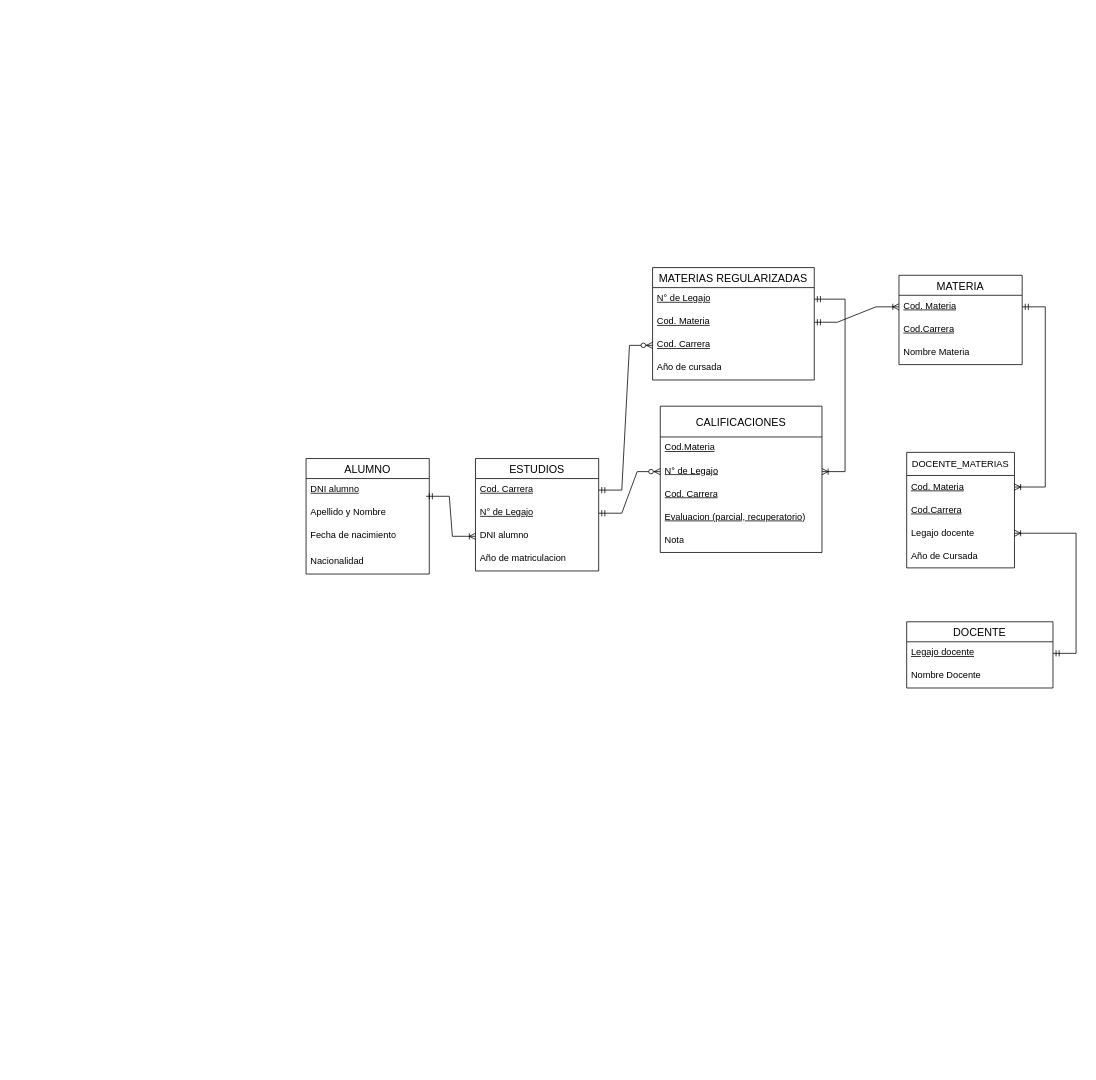
BraVida-vip/House_git keeps this draw.io diagram as page "DER" (3 of 3) of Parcial.drawio. Above is the earlier version. Source tidied: cells renumbered, new cells numbered last; positions are measured from the earlier drawing's top-left corner, leaving out a move shared by most shapes. Both pictures are drawn from the tidied source at 77%, with x=0, y=0 at pixel (306, 267).
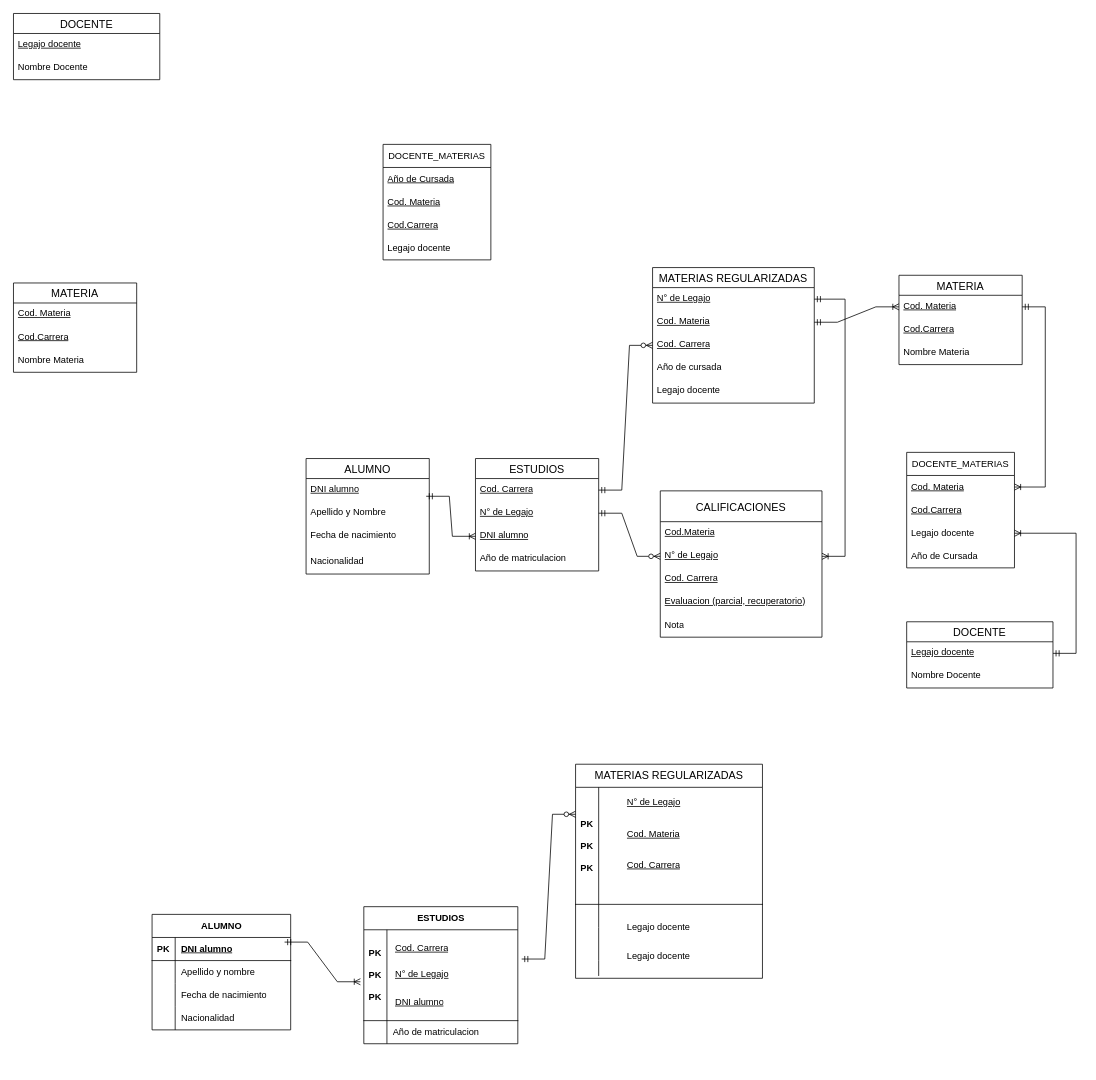
The same diagram, later.

The change refers to these unchanged cells:
```xml
<mxCell id="10" value="ESTUDIOS" style="swimlane;fontStyle=0;horizontal=1;startSize=26;align=center;fontSize=14;" parent="1" vertex="1">
  <mxGeometry x="220" y="248" width="160" height="146" as="geometry" />
</mxCell>
```

What changed in the source:
```diff
@@
-    <mxCell id="13" value="DNI alumno" style="text;strokeColor=none;fillColor=none;spacingLeft=4;spacingRight=4;overflow=hidden;points=[[0,0.5],[1,0.5]];portConstraint=eastwest;fontSize=12;whiteSpace=wrap;html=1;" parent="10" vertex="1">
+    <mxCell id="13" value="&lt;u&gt;DNI alumno&lt;/u&gt;" style="text;strokeColor=none;fillColor=none;spacingLeft=4;spacingRight=4;overflow=hidden;points=[[0,0.5],[1,0.5]];portConstraint=eastwest;fontSize=12;whiteSpace=wrap;html=1;" parent="10" vertex="1">
       <mxGeometry y="86" width="160" height="30" as="geometry" />
     </mxCell>
@@
     <mxCell id="19" value="MATERIAS REGULARIZADAS" style="swimlane;fontStyle=0;horizontal=1;startSize=26;align=center;fontSize=14;" parent="1" vertex="1">
-      <mxGeometry x="450" width="210" height="146" as="geometry" />
+      <mxGeometry x="450" width="210" height="176" as="geometry" />
     </mxCell>
@@
+    <mxCell id="42" value="Legajo docente" style="text;strokeColor=none;fillColor=none;spacingLeft=4;spacingRight=4;overflow=hidden;fontSize=12;whiteSpace=wrap;html=1;" parent="19" vertex="1">
+      <mxGeometry y="146" width="210" height="30" as="geometry" />
+    </mxCell>
     <mxCell id="24" value="CALIFICACIONES" style="swimlane;fontStyle=0;horizontal=1;startSize=40;align=center;fontSize=14;" parent="1" vertex="1">
-      <mxGeometry x="460" y="180" width="210" height="190" as="geometry" />
+      <mxGeometry x="460" y="290" width="210" height="190" as="geometry" />
     </mxCell>
@@
+    <mxCell id="43" value="DOCENTE" style="swimlane;fontStyle=0;horizontal=1;startSize=26;align=center;fontSize=14;" parent="1" vertex="1">
+      <mxGeometry x="-380" y="-330" width="190" height="86" as="geometry" />
+    </mxCell>
+    <mxCell id="44" value="&lt;u&gt;Legajo docente&lt;/u&gt;" style="text;strokeColor=none;fillColor=none;spacingLeft=4;spacingRight=4;overflow=hidden;fontSize=12;whiteSpace=wrap;html=1;" parent="43" vertex="1">
+      <mxGeometry y="26" width="190" height="30" as="geometry" />
+    </mxCell>
+    <mxCell id="45" value="Nombre Docente" style="text;strokeColor=none;fillColor=none;spacingLeft=4;spacingRight=4;overflow=hidden;fontSize=12;whiteSpace=wrap;html=1;" parent="43" vertex="1">
+      <mxGeometry y="56" width="190" height="30" as="geometry" />
+    </mxCell>
+    <mxCell id="46" value="MATERIA" style="swimlane;fontStyle=0;horizontal=1;startSize=26;align=center;fontSize=14;" parent="1" vertex="1">
+      <mxGeometry x="-380" y="20" width="160" height="116" as="geometry" />
+    </mxCell>
+    <mxCell id="47" value="Cod. Materia" style="text;strokeColor=none;fillColor=none;spacingLeft=4;spacingRight=4;overflow=hidden;fontSize=12;whiteSpace=wrap;html=1;fontStyle=4;" parent="46" vertex="1">
+      <mxGeometry y="26" width="160" height="30" as="geometry" />
+    </mxCell>
+    <mxCell id="48" value="&lt;u&gt;Cod.Carrera&lt;/u&gt;" style="text;strokeColor=none;fillColor=none;spacingLeft=4;spacingRight=4;overflow=hidden;fontSize=12;whiteSpace=wrap;html=1;" parent="46" vertex="1">
+      <mxGeometry y="56" width="160" height="30" as="geometry" />
+    </mxCell>
+    <mxCell id="49" value="Nombre Materia" style="text;strokeColor=none;fillColor=none;spacingLeft=4;spacingRight=4;overflow=hidden;fontSize=12;whiteSpace=wrap;html=1;" parent="46" vertex="1">
+      <mxGeometry y="86" width="160" height="30" as="geometry" />
+    </mxCell>
+    <mxCell id="50" value="DOCENTE_MATERIAS" style="swimlane;fontStyle=0;horizontal=1;startSize=30;whiteSpace=wrap;html=1;" parent="1" vertex="1">
+      <mxGeometry x="100" y="-160" width="140" height="150" as="geometry" />
+    </mxCell>
+    <mxCell id="51" value="&lt;u&gt;Año de Cursada&lt;/u&gt;" style="text;strokeColor=none;fillColor=none;align=left;verticalAlign=middle;spacingLeft=4;spacingRight=4;overflow=hidden;whiteSpace=wrap;html=1;" parent="50" vertex="1">
+      <mxGeometry y="30" width="140" height="30" as="geometry" />
+    </mxCell>
+    <mxCell id="52" value="&lt;span style=&quot;text-decoration-line: underline;&quot;&gt;Cod. Materia&lt;/span&gt;" style="text;strokeColor=none;fillColor=none;align=left;verticalAlign=middle;spacingLeft=4;spacingRight=4;overflow=hidden;whiteSpace=wrap;html=1;" parent="50" vertex="1">
+      <mxGeometry y="60" width="140" height="30" as="geometry" />
+    </mxCell>
+    <mxCell id="53" value="&lt;u&gt;Cod.Carrera&lt;/u&gt;" style="text;strokeColor=none;fillColor=none;align=left;verticalAlign=middle;spacingLeft=4;spacingRight=4;overflow=hidden;whiteSpace=wrap;html=1;" parent="50" vertex="1">
+      <mxGeometry y="90" width="140" height="30" as="geometry" />
+    </mxCell>
+    <mxCell id="54" value="Legajo docente" style="text;strokeColor=none;fillColor=none;align=left;verticalAlign=middle;spacingLeft=4;spacingRight=4;overflow=hidden;whiteSpace=wrap;html=1;" parent="50" vertex="1">
+      <mxGeometry y="120" width="140" height="30" as="geometry" />
+    </mxCell>
+    <mxCell id="55" value="ALUMNO" style="shape=table;startSize=30;childLayout=tableLayout;rowLines=0;fontStyle=1;align=center;html=1;" parent="1" vertex="1">
+      <mxGeometry x="-200" y="840" width="180" height="150" as="geometry" />
+    </mxCell>
+    <mxCell id="56" style="shape=tableRow;horizontal=0;startSize=0;swimlaneHead=0;swimlaneBody=0;fillColor=none;points=[[0,0.5],[1,0.5]];portConstraint=eastwest;top=0;left=0;right=0;bottom=1;" parent="55" vertex="1">
+      <mxGeometry y="30" width="180" height="30" as="geometry" />
+    </mxCell>
+    <mxCell id="57" value="PK" style="shape=partialRectangle;fillColor=none;top=0;left=0;bottom=0;right=0;fontStyle=1;overflow=hidden;whiteSpace=wrap;html=1;" parent="56" vertex="1">
+      <mxGeometry width="30" height="30" as="geometry" />
+    </mxCell>
+    <mxCell id="58" value="DNI alumno" style="shape=partialRectangle;fillColor=none;top=0;left=0;bottom=0;right=0;align=left;spacingLeft=6;fontStyle=5;overflow=hidden;whiteSpace=wrap;html=1;" parent="56" vertex="1">
+      <mxGeometry x="30" width="150" height="30" as="geometry" />
+    </mxCell>
+    <mxCell id="59" style="shape=tableRow;horizontal=0;startSize=0;swimlaneHead=0;swimlaneBody=0;fillColor=none;top=0;left=0;right=0;bottom=0;" parent="55" vertex="1">
+      <mxGeometry y="60" width="180" height="30" as="geometry" />
+    </mxCell>
+    <mxCell id="60" style="shape=partialRectangle;fillColor=none;top=0;left=0;bottom=0;right=0;overflow=hidden;whiteSpace=wrap;html=1;" parent="59" vertex="1">
+      <mxGeometry width="30" height="30" as="geometry" />
+    </mxCell>
+    <mxCell id="61" value="Apellido y nombre" style="shape=partialRectangle;fillColor=none;top=0;left=0;bottom=0;right=0;align=left;spacingLeft=6;overflow=hidden;whiteSpace=wrap;html=1;" parent="59" vertex="1">
+      <mxGeometry x="30" width="150" height="30" as="geometry" />
+    </mxCell>
+    <mxCell id="62" style="shape=tableRow;horizontal=0;startSize=0;swimlaneHead=0;swimlaneBody=0;fillColor=none;top=0;left=0;right=0;bottom=0;" parent="55" vertex="1">
+      <mxGeometry y="90" width="180" height="30" as="geometry" />
+    </mxCell>
+    <mxCell id="63" style="shape=partialRectangle;fillColor=none;top=0;left=0;bottom=0;right=0;overflow=hidden;whiteSpace=wrap;html=1;" parent="62" vertex="1">
+      <mxGeometry width="30" height="30" as="geometry" />
+    </mxCell>
+    <mxCell id="64" value="Fecha de nacimiento" style="shape=partialRectangle;fillColor=none;top=0;left=0;bottom=0;right=0;align=left;spacingLeft=6;overflow=hidden;whiteSpace=wrap;html=1;" parent="62" vertex="1">
+      <mxGeometry x="30" width="150" height="30" as="geometry" />
+    </mxCell>
+    <mxCell id="65" style="shape=tableRow;horizontal=0;startSize=0;swimlaneHead=0;swimlaneBody=0;fillColor=none;top=0;left=0;right=0;bottom=0;" parent="55" vertex="1">
+      <mxGeometry y="120" width="180" height="30" as="geometry" />
+    </mxCell>
+    <mxCell id="66" style="shape=partialRectangle;fillColor=none;top=0;left=0;bottom=0;right=0;overflow=hidden;whiteSpace=wrap;html=1;" parent="65" vertex="1">
+      <mxGeometry width="30" height="30" as="geometry" />
+    </mxCell>
+    <mxCell id="67" value="Nacionalidad" style="shape=partialRectangle;fillColor=none;top=0;left=0;bottom=0;right=0;align=left;spacingLeft=6;overflow=hidden;whiteSpace=wrap;html=1;" parent="65" vertex="1">
+      <mxGeometry x="30" width="150" height="30" as="geometry" />
+    </mxCell>
+    <mxCell id="68" style="group;" parent="1" vertex="1">
+      <mxGeometry x="75" y="830" width="230" height="208" as="geometry" />
+    </mxCell>
+    <mxCell id="69" style="group;" parent="68" vertex="1">
+      <mxGeometry width="200" height="178" as="geometry" />
+    </mxCell>
+    <mxCell id="70" value="ESTUDIOS" style="shape=table;startSize=30;childLayout=tableLayout;rowLines=0;fontStyle=1;align=center;html=1;" parent="69" vertex="1">
+      <mxGeometry width="200" height="178" as="geometry" />
+    </mxCell>
+    <mxCell id="71" style="shape=tableRow;horizontal=0;startSize=0;swimlaneHead=0;swimlaneBody=0;fillColor=none;points=[[0,0.5],[1,0.5]];portConstraint=eastwest;top=0;left=0;right=0;bottom=1;" parent="70" vertex="1">
+      <mxGeometry y="30" width="200" height="118" as="geometry" />
+    </mxCell>
+    <mxCell id="72" value="PK&lt;div&gt;&lt;br&gt;&lt;/div&gt;&lt;div&gt;PK&lt;br&gt;&lt;br&gt;PK&lt;/div&gt;" style="shape=partialRectangle;fillColor=none;top=0;left=0;bottom=0;right=0;fontStyle=1;overflow=hidden;whiteSpace=wrap;html=1;" parent="71" vertex="1">
+      <mxGeometry width="30" height="118" as="geometry" />
+    </mxCell>
+    <mxCell id="73" style="shape=partialRectangle;fillColor=none;top=0;left=0;bottom=0;right=0;align=left;spacingLeft=6;fontStyle=5;overflow=hidden;whiteSpace=wrap;html=1;" parent="71" vertex="1">
+      <mxGeometry x="30" width="170" height="118" as="geometry" />
+    </mxCell>
+    <mxCell id="74" style="shape=tableRow;horizontal=0;startSize=0;swimlaneHead=0;swimlaneBody=0;fillColor=none;top=0;left=0;right=0;bottom=0;" parent="70" vertex="1">
+      <mxGeometry y="148" width="200" height="30" as="geometry" />
+    </mxCell>
+    <mxCell id="75" style="shape=partialRectangle;fillColor=none;top=0;left=0;bottom=0;right=0;overflow=hidden;whiteSpace=wrap;html=1;" parent="74" vertex="1">
+      <mxGeometry width="30" height="30" as="geometry" />
+    </mxCell>
+    <mxCell id="76" value="Año de matriculacion" style="shape=partialRectangle;fillColor=none;top=0;left=0;bottom=0;right=0;align=left;spacingLeft=6;overflow=hidden;whiteSpace=wrap;html=1;" parent="74" vertex="1">
+      <mxGeometry x="30" width="170" height="30" as="geometry" />
+    </mxCell>
+    <mxCell id="77" value="Cod. Carrera" style="text;strokeColor=none;fillColor=none;spacingLeft=4;spacingRight=4;overflow=hidden;fontSize=12;whiteSpace=wrap;html=1;fontStyle=4;" parent="69" vertex="1">
+      <mxGeometry x="35" y="40" width="160" height="30" as="geometry" />
+    </mxCell>
+    <mxCell id="78" value="&lt;u&gt;N° de Legajo&lt;/u&gt;" style="text;strokeColor=none;fillColor=none;spacingLeft=4;spacingRight=4;overflow=hidden;fontSize=12;whiteSpace=wrap;html=1;" parent="69" vertex="1">
+      <mxGeometry x="35" y="74" width="160" height="30" as="geometry" />
+    </mxCell>
+    <mxCell id="79" value="&lt;u&gt;DNI alumno&lt;/u&gt;" style="text;strokeColor=none;fillColor=none;spacingLeft=4;spacingRight=4;overflow=hidden;fontSize=12;whiteSpace=wrap;html=1;" parent="69" vertex="1">
+      <mxGeometry x="35" y="110" width="160" height="30" as="geometry" />
+    </mxCell>
+    <mxCell id="80" style="edgeStyle=entityRelationEdgeStyle;fontSize=12;html=1;endArrow=ERoneToMany;startArrow=ERmandOne;rounded=0;exitX=0.956;exitY=0.2;exitDx=0;exitDy=0;exitPerimeter=0;entryX=-0.022;entryY=0.572;entryDx=0;entryDy=0;entryPerimeter=0;" parent="1" edge="1" source="56" target="71">
+      <mxGeometry relative="1" as="geometry">
+        <Array as="points">
+          <mxPoint x="244" y="1393" />
+        </Array>
+      </mxGeometry>
+    </mxCell>
+    <mxCell id="81" style="group;" parent="1" vertex="1">
+      <mxGeometry x="350" y="645" width="290" height="265" as="geometry" />
+    </mxCell>
+    <mxCell id="82" value="&lt;span style=&quot;font-size: 14px; font-weight: 400;&quot;&gt;MATERIAS REGULARIZADAS&lt;/span&gt;" style="shape=table;startSize=30;childLayout=tableLayout;rowLines=0;fontStyle=1;align=center;html=1;" parent="81" vertex="1">
+      <mxGeometry width="242.7" height="278" as="geometry" />
+    </mxCell>
+    <mxCell id="83" style="shape=tableRow;horizontal=0;startSize=0;swimlaneHead=0;swimlaneBody=0;fillColor=none;top=0;left=0;right=0;bottom=1;" parent="82" vertex="1">
+      <mxGeometry y="30" width="242.7" height="152" as="geometry" />
+    </mxCell>
+    <mxCell id="84" value="PK&lt;br&gt;&lt;br&gt;PK&lt;br&gt;&lt;br&gt;PK" style="shape=partialRectangle;fillColor=none;top=0;left=0;bottom=0;right=0;fontStyle=1;overflow=hidden;whiteSpace=wrap;html=1;" parent="83" vertex="1">
+      <mxGeometry width="30" height="152" as="geometry" />
+    </mxCell>
+    <mxCell id="85" style="shape=partialRectangle;fillColor=none;top=0;left=0;bottom=0;right=0;align=left;spacingLeft=6;fontStyle=5;overflow=hidden;whiteSpace=wrap;html=1;" parent="83" vertex="1">
+      <mxGeometry x="30" width="212.7" height="152" as="geometry" />
+    </mxCell>
+    <mxCell id="86" style="shape=tableRow;horizontal=0;startSize=0;swimlaneHead=0;swimlaneBody=0;fillColor=none;top=0;left=0;right=0;bottom=0;" parent="82" vertex="1">
+      <mxGeometry y="182" width="242.7" height="30" as="geometry" />
+    </mxCell>
+    <mxCell id="87" style="shape=partialRectangle;fillColor=none;top=0;left=0;bottom=0;right=0;overflow=hidden;whiteSpace=wrap;html=1;" parent="86" vertex="1">
+      <mxGeometry width="30" height="30" as="geometry" />
+    </mxCell>
+    <mxCell id="88" style="shape=partialRectangle;fillColor=none;top=0;left=0;bottom=0;right=0;align=left;spacingLeft=6;overflow=hidden;whiteSpace=wrap;html=1;" parent="86" vertex="1">
+      <mxGeometry x="30" width="212.7" height="30" as="geometry" />
+    </mxCell>
+    <mxCell id="89" style="shape=tableRow;horizontal=0;startSize=0;swimlaneHead=0;swimlaneBody=0;fillColor=none;top=0;left=0;right=0;bottom=0;" parent="82" vertex="1">
+      <mxGeometry y="212" width="242.7" height="43" as="geometry" />
+    </mxCell>
+    <mxCell id="90" style="shape=partialRectangle;fillColor=none;top=0;left=0;bottom=0;right=0;overflow=hidden;whiteSpace=wrap;html=1;" parent="89" vertex="1">
+      <mxGeometry width="30" height="43" as="geometry" />
+    </mxCell>
+    <mxCell id="91" style="shape=partialRectangle;fillColor=none;top=0;left=0;bottom=0;right=0;align=left;spacingLeft=6;overflow=hidden;whiteSpace=wrap;html=1;" parent="89" vertex="1">
+      <mxGeometry x="30" width="212.7" height="43" as="geometry" />
+    </mxCell>
+    <mxCell id="92" style="shape=tableRow;horizontal=0;startSize=0;swimlaneHead=0;swimlaneBody=0;fillColor=none;top=0;left=0;right=0;bottom=0;" parent="82" vertex="1">
+      <mxGeometry y="255" width="242.7" height="20" as="geometry" />
+    </mxCell>
+    <mxCell id="93" style="shape=partialRectangle;fillColor=none;top=0;left=0;bottom=0;right=0;overflow=hidden;whiteSpace=wrap;html=1;" parent="92" vertex="1">
+      <mxGeometry width="30" height="20" as="geometry" />
+    </mxCell>
+    <mxCell id="94" style="shape=partialRectangle;fillColor=none;top=0;left=0;bottom=0;right=0;align=left;spacingLeft=6;overflow=hidden;whiteSpace=wrap;html=1;" parent="92" vertex="1">
+      <mxGeometry x="30" width="212.7" height="20" as="geometry" />
+    </mxCell>
+    <mxCell id="95" value="&lt;u&gt;N° de Legajo&lt;/u&gt;" style="text;strokeColor=none;fillColor=none;spacingLeft=4;spacingRight=4;overflow=hidden;fontSize=12;whiteSpace=wrap;html=1;" parent="81" vertex="1">
+      <mxGeometry x="60.7" y="36.4" width="212.3" height="30.3" as="geometry" />
+    </mxCell>
+    <mxCell id="96" value="&lt;u&gt;Cod. Materia&lt;/u&gt;" style="text;strokeColor=none;fillColor=none;spacingLeft=4;spacingRight=4;overflow=hidden;fontSize=12;whiteSpace=wrap;html=1;" parent="81" vertex="1">
+      <mxGeometry x="60.7" y="76.9" width="212.3" height="30.3" as="geometry" />
+    </mxCell>
+    <mxCell id="97" value="&lt;div&gt;&lt;u&gt;Cod. Carrera&lt;/u&gt;&lt;/div&gt;" style="text;strokeColor=none;fillColor=none;spacingLeft=4;spacingRight=4;overflow=hidden;fontSize=12;whiteSpace=wrap;html=1;" parent="81" vertex="1">
+      <mxGeometry x="60.7" y="117.3" width="212.3" height="30.3" as="geometry" />
+    </mxCell>
+    <mxCell id="98" value="Legajo docente" style="text;strokeColor=none;fillColor=none;spacingLeft=4;spacingRight=4;overflow=hidden;fontSize=12;whiteSpace=wrap;html=1;" parent="81" vertex="1">
+      <mxGeometry x="60.7" y="198.2" width="212.3" height="30.3" as="geometry" />
+    </mxCell>
+    <mxCell id="99" value="Legajo docente" style="text;strokeColor=none;fillColor=none;spacingLeft=4;spacingRight=4;overflow=hidden;fontSize=12;whiteSpace=wrap;html=1;" parent="81" vertex="1">
+      <mxGeometry x="60.7" y="235" width="229.3" height="30" as="geometry" />
+    </mxCell>
+    <mxCell id="100" style="edgeStyle=entityRelationEdgeStyle;fontSize=12;html=1;endArrow=ERzeroToMany;startArrow=ERmandOne;rounded=0;" parent="1" edge="1">
+      <mxGeometry relative="1" as="geometry">
+        <mxPoint x="280" y="898" as="sourcePoint" />
+        <mxPoint x="350" y="710" as="targetPoint" />
+        <Array as="points">
+          <mxPoint x="370" y="850" />
+        </Array>
+      </mxGeometry>
+    </mxCell>
```
